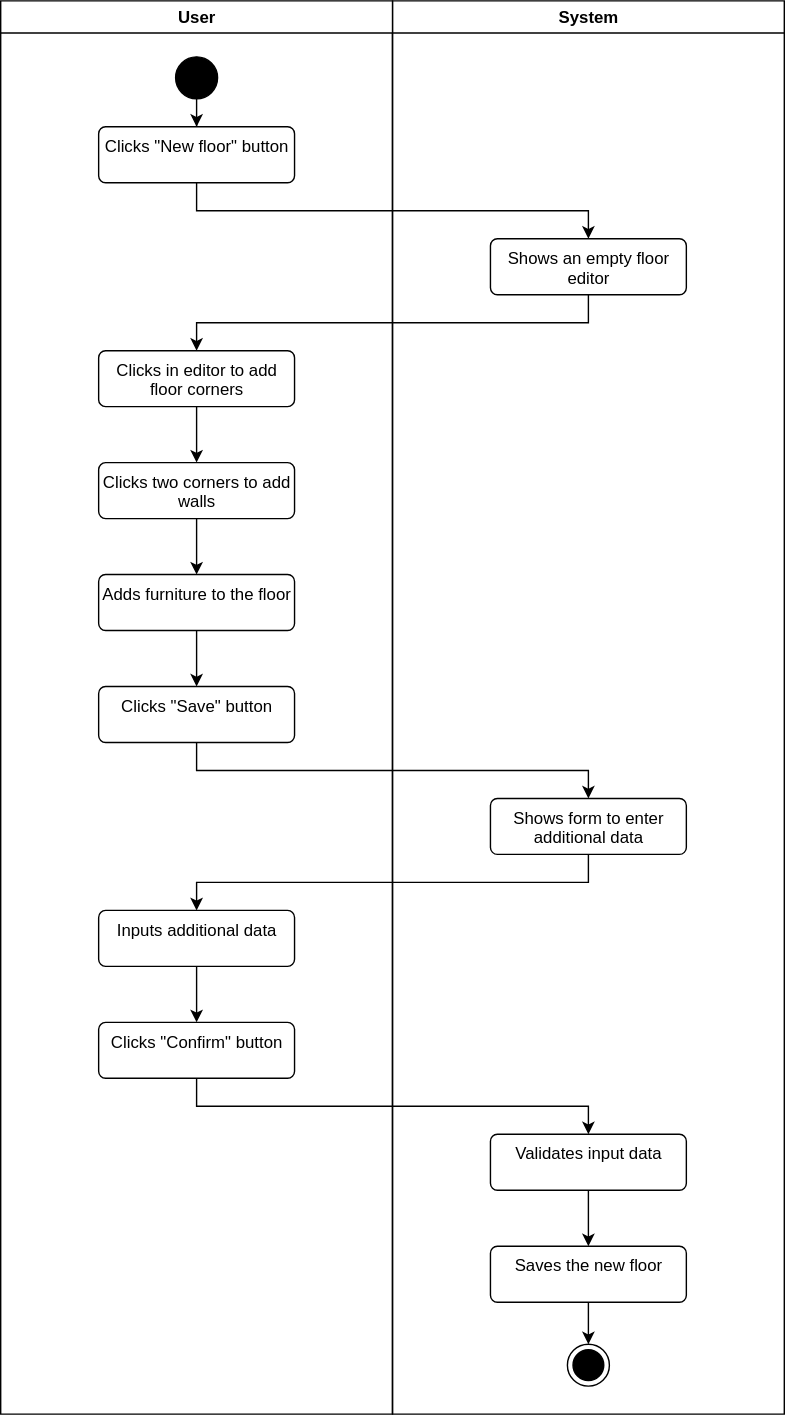
notSnuffy/Warehouse-Manager keeps this draw.io diagram as diagrams/add-floor.svg. Above is the earlier version. Source tidied: cells renumbered, new cells last; positions are measured from the earlier drawing's top-left corner, leaving out a move shared by most shapes. Source of this version:
```xml
<mxGraphModel>
  <root>
    <mxCell id="0" />
    <mxCell id="1" parent="0" />
    <mxCell id="2" value="System" style="swimlane;whiteSpace=wrap;labelBackgroundColor=none;rounded=0;strokeColor=light-dark(#000000,#000000);" parent="1" vertex="1">
      <mxGeometry x="280" width="280" height="1010" as="geometry" />
    </mxCell>
    <mxCell id="3" style="ellipse;html=1;shape=endState;labelBackgroundColor=none;rounded=0;strokeColor=light-dark(#000000,#000000);fillColor=light-dark(#000000,#000000);" parent="2" vertex="1">
      <mxGeometry x="125" y="960" width="30" height="30" as="geometry" />
    </mxCell>
    <mxCell id="4" style="edgeStyle=orthogonalEdgeStyle;rounded=0;jettySize=auto;html=1;labelBackgroundColor=none;fontColor=default;strokeColor=light-dark(#000000,#000000);" parent="2" edge="1" source="5" target="3">
      <mxGeometry relative="1" as="geometry" />
    </mxCell>
    <mxCell id="5" value="Saves the new floor" style="html=1;align=center;verticalAlign=top;rounded=1;absoluteArcSize=1;arcSize=10;dashed=0;whiteSpace=wrap;labelBackgroundColor=none;strokeColor=light-dark(#000000,#000000);" parent="2" vertex="1">
      <mxGeometry x="70" y="890" width="140" height="40" as="geometry" />
    </mxCell>
    <mxCell id="6" style="edgeStyle=orthogonalEdgeStyle;rounded=0;jettySize=auto;html=1;labelBackgroundColor=none;fontColor=default;strokeColor=light-dark(#000000,#000000);" parent="2" edge="1" source="7" target="5">
      <mxGeometry relative="1" as="geometry" />
    </mxCell>
    <mxCell id="7" value="Validates input data" style="html=1;align=center;verticalAlign=top;rounded=1;absoluteArcSize=1;arcSize=10;dashed=0;whiteSpace=wrap;labelBackgroundColor=none;strokeColor=light-dark(#000000,#000000);" parent="2" vertex="1">
      <mxGeometry x="70" y="810" width="140" height="40" as="geometry" />
    </mxCell>
    <mxCell id="8" value="Shows form to enter additional data" style="html=1;align=center;verticalAlign=top;rounded=1;absoluteArcSize=1;arcSize=10;dashed=0;whiteSpace=wrap;labelBackgroundColor=none;strokeColor=light-dark(#000000,#000000);" parent="2" vertex="1">
      <mxGeometry x="70" y="570" width="140" height="40" as="geometry" />
    </mxCell>
    <mxCell id="9" value="Shows an empty floor editor" style="html=1;align=center;verticalAlign=top;rounded=1;absoluteArcSize=1;arcSize=10;dashed=0;whiteSpace=wrap;labelBackgroundColor=none;strokeColor=light-dark(#000000,#000000);" parent="2" vertex="1">
      <mxGeometry x="70" y="170" width="140" height="40" as="geometry" />
    </mxCell>
    <mxCell id="10" value="User" style="swimlane;whiteSpace=wrap;labelBackgroundColor=none;rounded=0;strokeColor=light-dark(#000000,#000000);" parent="1" vertex="1">
      <mxGeometry width="280" height="1010" as="geometry" />
    </mxCell>
    <mxCell id="11" style="edgeStyle=orthogonalEdgeStyle;rounded=0;jettySize=auto;html=1;labelBackgroundColor=none;fontColor=default;strokeColor=light-dark(#000000,#000000);" parent="10" edge="1" source="12" target="13">
      <mxGeometry relative="1" as="geometry" />
    </mxCell>
    <mxCell id="12" style="ellipse;html=1;labelBackgroundColor=none;rounded=0;strokeColor=light-dark(#000000,#000000);fillColor=light-dark(#000000,#000000);" parent="10" vertex="1">
      <mxGeometry x="125" y="40" width="30" height="30" as="geometry" />
    </mxCell>
    <mxCell id="13" value="Clicks &quot;New floor&quot; button" style="html=1;align=center;verticalAlign=top;rounded=1;absoluteArcSize=1;arcSize=10;dashed=0;whiteSpace=wrap;labelBackgroundColor=none;strokeColor=light-dark(#000000,#000000);" parent="10" vertex="1">
      <mxGeometry x="70" y="90" width="140" height="40" as="geometry" />
    </mxCell>
    <mxCell id="14" style="edgeStyle=orthogonalEdgeStyle;rounded=0;jettySize=auto;html=1;labelBackgroundColor=none;fontColor=default;strokeColor=light-dark(#000000,#000000);" parent="10" edge="1" source="15" target="17">
      <mxGeometry relative="1" as="geometry" />
    </mxCell>
    <mxCell id="15" value="Clicks two corners to add walls" style="html=1;align=center;verticalAlign=top;rounded=1;absoluteArcSize=1;arcSize=10;dashed=0;whiteSpace=wrap;labelBackgroundColor=none;strokeColor=light-dark(#000000,#000000);" parent="10" vertex="1">
      <mxGeometry x="70" y="330" width="140" height="40" as="geometry" />
    </mxCell>
    <mxCell id="16" style="edgeStyle=orthogonalEdgeStyle;rounded=0;jettySize=auto;html=1;entryX=0.5;entryY=0;entryDx=0;entryDy=0;strokeColor=light-dark(#000000,#000000);" parent="10" edge="1" source="17" target="23">
      <mxGeometry relative="1" as="geometry" />
    </mxCell>
    <mxCell id="17" value="Adds furniture to the floor" style="html=1;align=center;verticalAlign=top;rounded=1;absoluteArcSize=1;arcSize=10;dashed=0;whiteSpace=wrap;labelBackgroundColor=none;strokeColor=light-dark(#000000,#000000);" parent="10" vertex="1">
      <mxGeometry x="70" y="410" width="140" height="40" as="geometry" />
    </mxCell>
    <mxCell id="18" style="edgeStyle=orthogonalEdgeStyle;rounded=0;jettySize=auto;html=1;labelBackgroundColor=none;fontColor=default;strokeColor=light-dark(#000000,#000000);" parent="10" edge="1" source="19" target="20">
      <mxGeometry relative="1" as="geometry" />
    </mxCell>
    <mxCell id="19" value="Inputs additional data" style="html=1;align=center;verticalAlign=top;rounded=1;absoluteArcSize=1;arcSize=10;dashed=0;whiteSpace=wrap;labelBackgroundColor=none;strokeColor=light-dark(#000000,#000000);" parent="10" vertex="1">
      <mxGeometry x="70" y="650" width="140" height="40" as="geometry" />
    </mxCell>
    <mxCell id="20" value="Clicks &quot;Confirm&quot; button" style="html=1;align=center;verticalAlign=top;rounded=1;absoluteArcSize=1;arcSize=10;dashed=0;whiteSpace=wrap;labelBackgroundColor=none;strokeColor=light-dark(#000000,#000000);" parent="10" vertex="1">
      <mxGeometry x="70" y="730" width="140" height="40" as="geometry" />
    </mxCell>
    <mxCell id="21" value="Clicks in editor to add floor corners" style="html=1;align=center;verticalAlign=top;rounded=1;absoluteArcSize=1;arcSize=10;dashed=0;whiteSpace=wrap;labelBackgroundColor=none;strokeColor=light-dark(#000000,#000000);" parent="10" vertex="1">
      <mxGeometry x="70" y="250" width="140" height="40" as="geometry" />
    </mxCell>
    <mxCell id="22" style="edgeStyle=orthogonalEdgeStyle;rounded=0;jettySize=auto;html=1;entryX=0.5;entryY=0;entryDx=0;entryDy=0;labelBackgroundColor=none;fontColor=default;strokeColor=light-dark(#000000,#000000);" parent="10" edge="1" source="21" target="15">
      <mxGeometry relative="1" as="geometry" />
    </mxCell>
    <mxCell id="23" value="Clicks &quot;Save&quot; button" style="html=1;align=center;verticalAlign=top;rounded=1;absoluteArcSize=1;arcSize=10;dashed=0;whiteSpace=wrap;labelBackgroundColor=none;strokeColor=light-dark(#000000,#000000);" parent="10" vertex="1">
      <mxGeometry x="70" y="490" width="140" height="40" as="geometry" />
    </mxCell>
    <mxCell id="24" style="edgeStyle=orthogonalEdgeStyle;rounded=0;jettySize=auto;html=1;labelBackgroundColor=none;fontColor=default;strokeColor=light-dark(#000000,#000000);" parent="1" edge="1" source="13" target="9">
      <mxGeometry relative="1" as="geometry">
        <Array as="points">
          <mxPoint x="140" y="150" />
          <mxPoint x="420" y="150" />
        </Array>
      </mxGeometry>
    </mxCell>
    <mxCell id="25" style="edgeStyle=orthogonalEdgeStyle;rounded=0;jettySize=auto;html=1;labelBackgroundColor=none;fontColor=default;strokeColor=light-dark(#000000,#000000);" parent="1" edge="1" source="9" target="21">
      <mxGeometry relative="1" as="geometry">
        <Array as="points">
          <mxPoint x="420" y="230" />
          <mxPoint x="140" y="230" />
        </Array>
      </mxGeometry>
    </mxCell>
    <mxCell id="26" style="edgeStyle=orthogonalEdgeStyle;rounded=0;jettySize=auto;html=1;entryX=0.5;entryY=0;entryDx=0;entryDy=0;strokeColor=light-dark(#000000,#000000);" parent="1" edge="1" source="23" target="8">
      <mxGeometry relative="1" as="geometry">
        <Array as="points">
          <mxPoint x="140" y="550" />
          <mxPoint x="420" y="550" />
        </Array>
      </mxGeometry>
    </mxCell>
    <mxCell id="27" style="edgeStyle=orthogonalEdgeStyle;rounded=0;jettySize=auto;html=1;strokeColor=light-dark(#000000,#000000);" parent="1" edge="1" source="8" target="19">
      <mxGeometry relative="1" as="geometry">
        <Array as="points">
          <mxPoint x="420" y="630" />
          <mxPoint x="140" y="630" />
        </Array>
      </mxGeometry>
    </mxCell>
    <mxCell id="28" style="edgeStyle=orthogonalEdgeStyle;rounded=0;jettySize=auto;html=1;strokeColor=light-dark(#000000,#000000);" parent="1" edge="1" source="20" target="7">
      <mxGeometry relative="1" as="geometry">
        <Array as="points">
          <mxPoint x="140" y="790" />
          <mxPoint x="420" y="790" />
        </Array>
      </mxGeometry>
    </mxCell>
  </root>
</mxGraphModel>
```
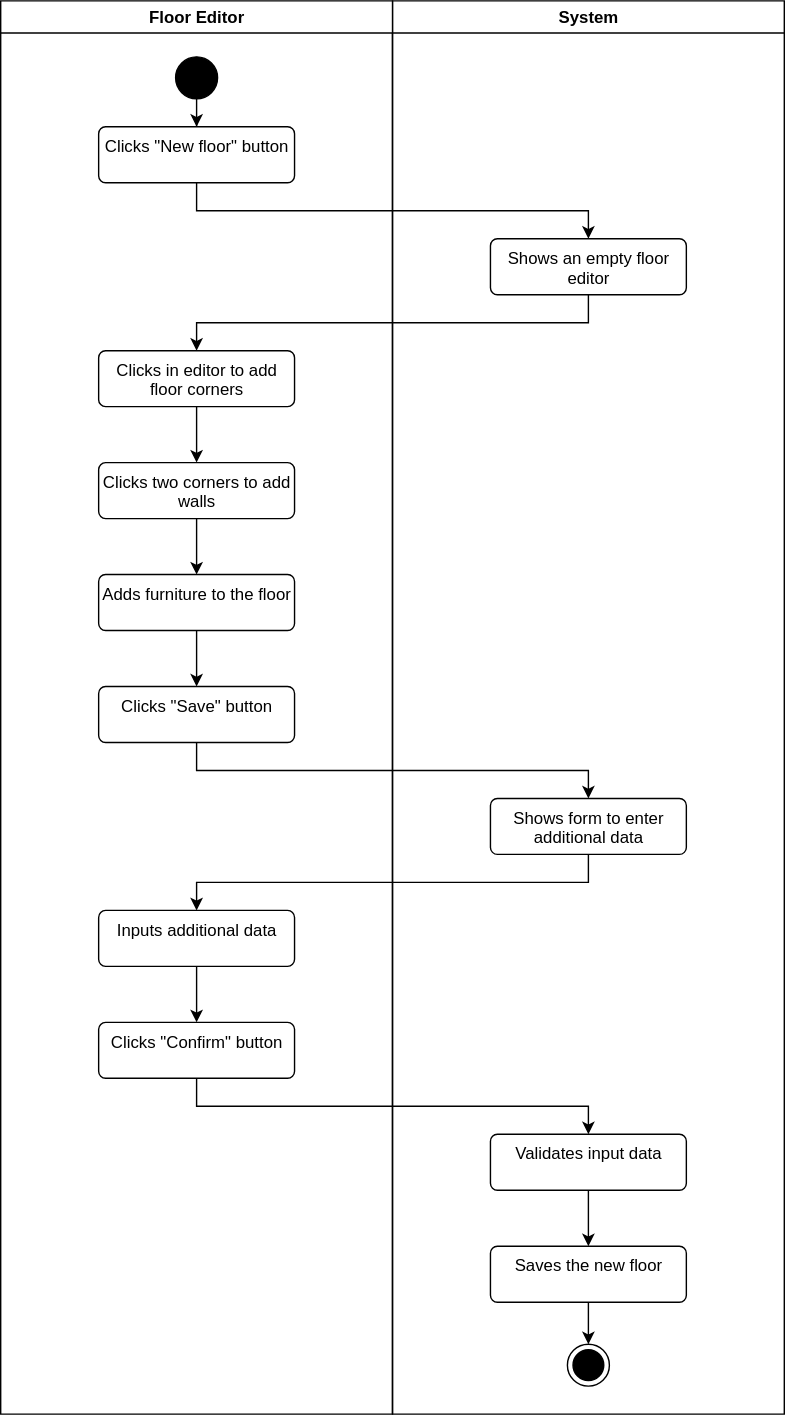
Later version of the same file.

Change to the diagram source:
```diff
@@ -26,7 +26,7 @@
     <mxCell id="9" value="Shows an empty floor editor" style="html=1;align=center;verticalAlign=top;rounded=1;absoluteArcSize=1;arcSize=10;dashed=0;whiteSpace=wrap;labelBackgroundColor=none;strokeColor=light-dark(#000000,#000000);" parent="2" vertex="1">
       <mxGeometry x="70" y="170" width="140" height="40" as="geometry" />
     </mxCell>
-    <mxCell id="10" value="User" style="swimlane;whiteSpace=wrap;labelBackgroundColor=none;rounded=0;strokeColor=light-dark(#000000,#000000);" parent="1" vertex="1">
+    <mxCell id="10" value="Floor Editor" style="swimlane;whiteSpace=wrap;labelBackgroundColor=none;rounded=0;strokeColor=light-dark(#000000,#000000);startSize=23;" parent="1" vertex="1">
       <mxGeometry width="280" height="1010" as="geometry" />
     </mxCell>
     <mxCell id="11" style="edgeStyle=orthogonalEdgeStyle;rounded=0;jettySize=auto;html=1;labelBackgroundColor=none;fontColor=default;strokeColor=light-dark(#000000,#000000);" parent="10" edge="1" source="12" target="13">
```
